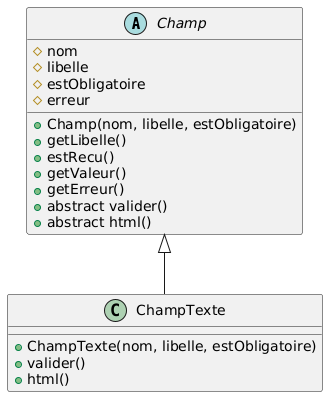
420-715-FE/lab05b keeps this PlantUML diagram as images-readme/heritage1.png. Above is the earlier version.
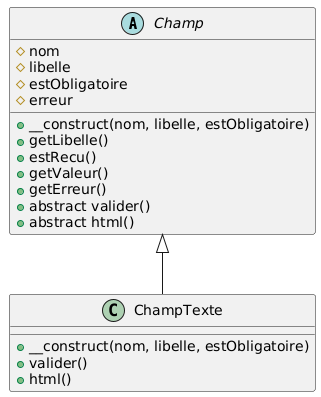
The same file after the commit.

Commit message:
Correction diagrammes

Diff of the diagram source:
```diff
@@ -4,7 +4,7 @@
     # libelle
     # estObligatoire
     # erreur
-    + Champ(nom, libelle, estObligatoire)
+    + __construct(nom, libelle, estObligatoire)
     + getLibelle()
     + estRecu()
     + getValeur()
@@ -14,10 +14,11 @@
 }
 
 class ChampTexte {
-    + ChampTexte(nom, libelle, estObligatoire)
+    + __construct(nom, libelle, estObligatoire)
     + valider()
     + html()
 }
 
+
 Champ <|-- ChampTexte
 @enduml
```
